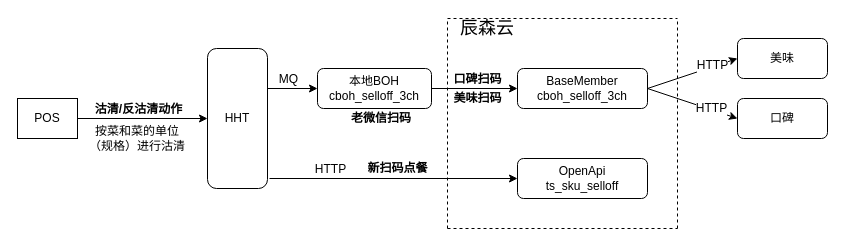
Before: 架构链路/沽清链路.drawio in liuchenwei2000/diagram, a draw.io diagram. Source tidied: cells renumbered, new cells numbered last; positions are measured from the earlier drawing's top-left corner, leaving out a move shared by most shapes. Both pictures are drawn from the tidied source at 100%, with x=0, y=0 at pixel (17, 18).
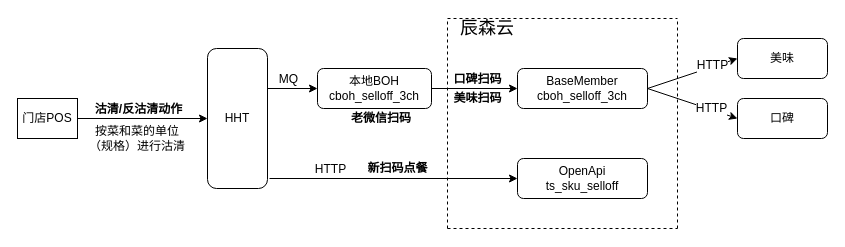
Above is the later version.

The edit, as a diff of the source:
```diff
@@
-    <mxCell id="2" value="POS" style="rounded=0;whiteSpace=wrap;html=1;" parent="1" vertex="1">
+    <mxCell id="2" value="门店POS" style="rounded=0;whiteSpace=wrap;html=1;" parent="1" vertex="1">
       <mxGeometry y="80" width="60" height="40" as="geometry" />
     </mxCell>
```
